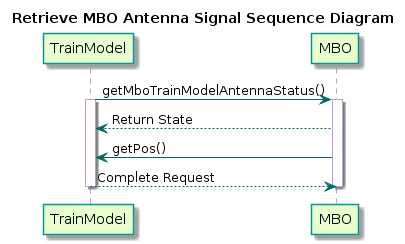
kevingilboy/COE1186 keeps this PlantUML diagram as TrainSystem/yUML/Sequence Diagrams/TrainModel/RetrieveMBOSeqDiagram.png. Above is the earlier version.
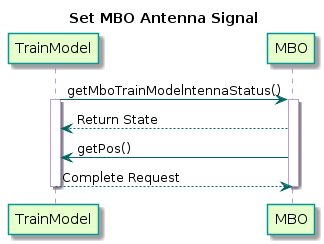
After the change.

Diff of the diagram source:
```diff
@@ -1,5 +1,5 @@
 @startuml
-title Retrieve MBO Antenna Signal Sequence Diagram
+title Set MBO Antenna Signal
 
 skinparam sequence {
   BackgroundColor transparent
@@ -15,7 +15,7 @@
 participant MBO
 
 
-TrainModel -> MBO : getMboTrainModelAntennaStatus()
+TrainModel -> MBO : getMboTrainModelntennaStatus()
 activate TrainModel
 activate MBO
 
```
